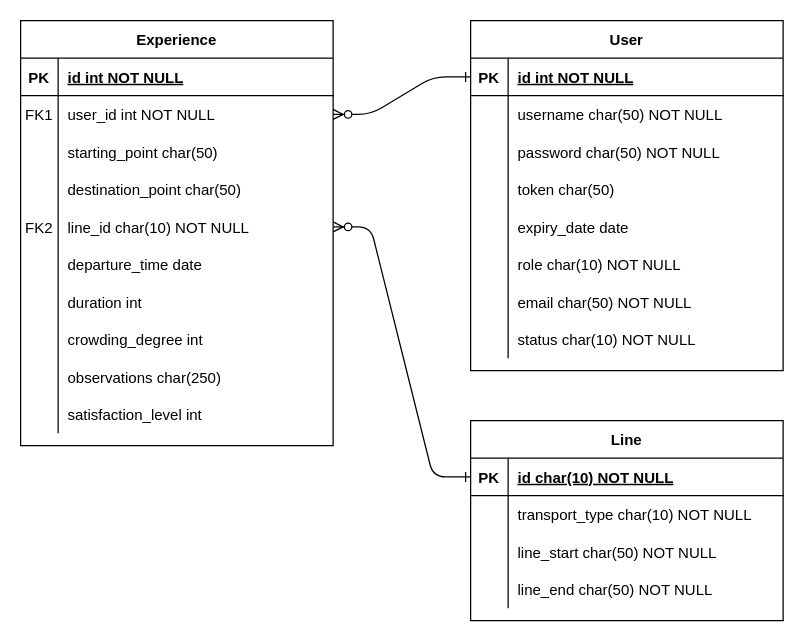
Before: docs/tw-transport-feedback-erd.drawio in deeaandreea/tw-transport-feedback, a draw.io diagram. Source tidied: cells renumbered, new cells numbered last; positions are measured from the earlier drawing's top-left corner, leaving out a move shared by most shapes. Both pictures are drawn from the tidied source at 125%, with x=0, y=0 at pixel (20, 20).
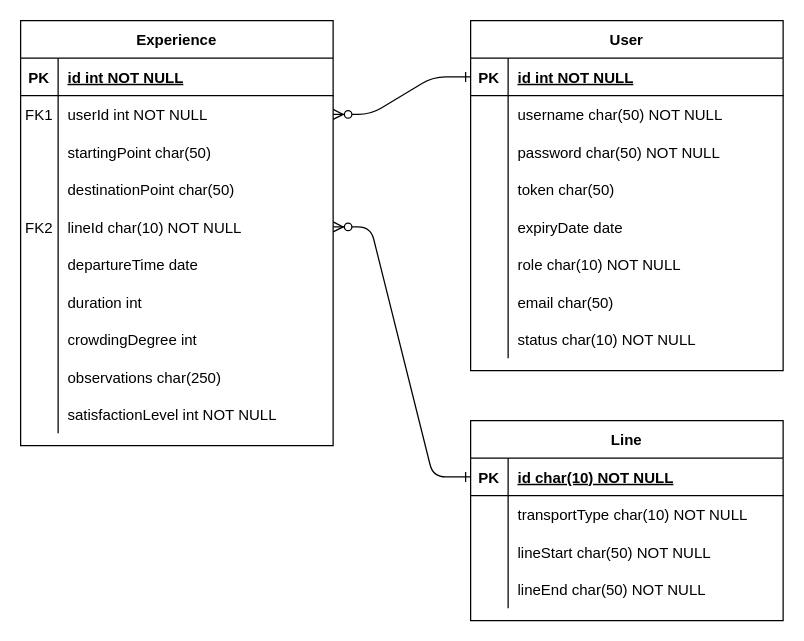
Above is the later version.

Unchanged cells that the change refers to:
```xml
<mxCell id="17" style="shape=partialRectangle;fillColor=none;top=0;left=0;right=0;bottom=0;" parent="4" vertex="1">
  <mxGeometry y="150" width="250" height="30" as="geometry" />
</mxCell>
<mxCell id="23" style="shape=partialRectangle;fillColor=none;top=0;left=0;right=0;bottom=0;" parent="4" vertex="1">
  <mxGeometry y="210" width="250" height="30" as="geometry" />
</mxCell>
<mxCell id="33" style="shape=partialRectangle;fillColor=none;points=[[0,0.5],[1,0.5]];portConstraint=eastwest;top=0;left=0;right=0;bottom=0;" parent="29" vertex="1">
  <mxGeometry y="60" width="250" height="30" as="geometry" />
</mxCell>
<mxCell id="36" style="shape=partialRectangle;fillColor=none;top=0;left=0;right=0;bottom=0;" parent="29" vertex="1">
  <mxGeometry y="90" width="250" height="30" as="geometry" />
</mxCell>
<mxCell id="39" style="shape=partialRectangle;fillColor=none;top=0;left=0;right=0;bottom=0;" parent="29" vertex="1">
  <mxGeometry y="120" width="250" height="30" as="geometry" />
</mxCell>
<mxCell id="42" style="shape=partialRectangle;fillColor=none;points=[[0,0.5],[1,0.5]];portConstraint=eastwest;top=0;left=0;right=0;bottom=0;" parent="29" vertex="1">
  <mxGeometry y="150" width="250" height="30" as="geometry" />
</mxCell>
<mxCell id="45" style="shape=partialRectangle;fillColor=none;top=0;left=0;right=0;bottom=0;" parent="29" vertex="1">
  <mxGeometry y="180" width="250" height="30" as="geometry" />
</mxCell>
<mxCell id="51" style="shape=partialRectangle;fillColor=none;top=0;left=0;right=0;bottom=0;" parent="29" vertex="1">
  <mxGeometry y="240" width="250" height="30" as="geometry" />
</mxCell>
<mxCell id="57" style="shape=partialRectangle;fillColor=none;top=0;left=0;right=0;bottom=0;" parent="29" vertex="1">
  <mxGeometry y="300" width="250" height="30" as="geometry" />
</mxCell>
<mxCell id="64" style="shape=partialRectangle;fillColor=none;top=0;left=0;right=0;bottom=0;" parent="60" vertex="1">
  <mxGeometry y="60" width="250" height="30" as="geometry" />
</mxCell>
<mxCell id="67" style="shape=partialRectangle;fillColor=none;top=0;left=0;right=0;bottom=0;" parent="60" vertex="1">
  <mxGeometry y="90" width="250" height="30" as="geometry" />
</mxCell>
<mxCell id="70" style="shape=partialRectangle;fillColor=none;top=0;left=0;right=0;bottom=0;" parent="60" vertex="1">
  <mxGeometry y="120" width="250" height="30" as="geometry" />
</mxCell>
```

Change to the diagram source:
```diff
@@
-    <mxCell id="19" value="expiry_date date" style="shape=partialRectangle;overflow=hidden;fillColor=none;top=0;left=0;bottom=0;right=0;align=left;spacingLeft=6;" parent="17" vertex="1">
+    <mxCell id="19" value="expiryDate date" style="shape=partialRectangle;overflow=hidden;fillColor=none;top=0;left=0;bottom=0;right=0;align=left;spacingLeft=6;" parent="17" vertex="1">
       <mxGeometry x="30" width="220" height="30" as="geometry" />
     </mxCell>
@@
-    <mxCell id="25" value="email char(50) NOT NULL" style="shape=partialRectangle;overflow=hidden;fillColor=none;top=0;left=0;bottom=0;right=0;align=left;spacingLeft=6;" parent="23" vertex="1">
+    <mxCell id="25" value="email char(50)" style="shape=partialRectangle;overflow=hidden;fillColor=none;top=0;left=0;bottom=0;right=0;align=left;spacingLeft=6;" parent="23" vertex="1">
       <mxGeometry x="30" width="220" height="30" as="geometry" />
     </mxCell>
@@
-    <mxCell id="35" value="user_id int NOT NULL" style="shape=partialRectangle;overflow=hidden;fillColor=none;top=0;left=0;bottom=0;right=0;align=left;spacingLeft=6;" parent="33" vertex="1">
+    <mxCell id="35" value="userId int NOT NULL" style="shape=partialRectangle;overflow=hidden;fillColor=none;top=0;left=0;bottom=0;right=0;align=left;spacingLeft=6;" parent="33" vertex="1">
       <mxGeometry x="30" width="220" height="30" as="geometry" />
     </mxCell>
@@
-    <mxCell id="38" value="starting_point char(50)" style="shape=partialRectangle;overflow=hidden;fillColor=none;top=0;left=0;bottom=0;right=0;align=left;spacingLeft=6;" parent="36" vertex="1">
+    <mxCell id="38" value="startingPoint char(50)" style="shape=partialRectangle;overflow=hidden;fillColor=none;top=0;left=0;bottom=0;right=0;align=left;spacingLeft=6;" parent="36" vertex="1">
       <mxGeometry x="30" width="220" height="30" as="geometry" />
     </mxCell>
@@
-    <mxCell id="41" value="destination_point char(50)" style="shape=partialRectangle;overflow=hidden;fillColor=none;top=0;left=0;bottom=0;right=0;align=left;spacingLeft=6;" parent="39" vertex="1">
+    <mxCell id="41" value="destinationPoint char(50)" style="shape=partialRectangle;overflow=hidden;fillColor=none;top=0;left=0;bottom=0;right=0;align=left;spacingLeft=6;" parent="39" vertex="1">
       <mxGeometry x="30" width="220" height="30" as="geometry" />
     </mxCell>
@@
-    <mxCell id="44" value="line_id char(10) NOT NULL" style="shape=partialRectangle;overflow=hidden;fillColor=none;top=0;left=0;bottom=0;right=0;align=left;spacingLeft=6;" parent="42" vertex="1">
+    <mxCell id="44" value="lineId char(10) NOT NULL" style="shape=partialRectangle;overflow=hidden;fillColor=none;top=0;left=0;bottom=0;right=0;align=left;spacingLeft=6;" parent="42" vertex="1">
       <mxGeometry x="30" width="220" height="30" as="geometry" />
     </mxCell>
@@
-    <mxCell id="47" value="departure_time date" style="shape=partialRectangle;overflow=hidden;fillColor=none;top=0;left=0;bottom=0;right=0;align=left;spacingLeft=6;" parent="45" vertex="1">
+    <mxCell id="47" value="departureTime date" style="shape=partialRectangle;overflow=hidden;fillColor=none;top=0;left=0;bottom=0;right=0;align=left;spacingLeft=6;" parent="45" vertex="1">
       <mxGeometry x="30" width="220" height="30" as="geometry" />
     </mxCell>
@@
-    <mxCell id="53" value="crowding_degree int" style="shape=partialRectangle;overflow=hidden;fillColor=none;top=0;left=0;bottom=0;right=0;align=left;spacingLeft=6;" parent="51" vertex="1">
+    <mxCell id="53" value="crowdingDegree int" style="shape=partialRectangle;overflow=hidden;fillColor=none;top=0;left=0;bottom=0;right=0;align=left;spacingLeft=6;" parent="51" vertex="1">
       <mxGeometry x="30" width="220" height="30" as="geometry" />
     </mxCell>
@@
-    <mxCell id="59" value="satisfaction_level int" style="shape=partialRectangle;overflow=hidden;fillColor=none;top=0;left=0;bottom=0;right=0;align=left;spacingLeft=6;" parent="57" vertex="1">
+    <mxCell id="59" value="satisfactionLevel int NOT NULL" style="shape=partialRectangle;overflow=hidden;fillColor=none;top=0;left=0;bottom=0;right=0;align=left;spacingLeft=6;" parent="57" vertex="1">
       <mxGeometry x="30" width="220" height="30" as="geometry" />
     </mxCell>
@@
-    <mxCell id="66" value="transport_type char(10) NOT NULL" style="shape=partialRectangle;overflow=hidden;fillColor=none;top=0;left=0;bottom=0;right=0;align=left;spacingLeft=6;" parent="64" vertex="1">
+    <mxCell id="66" value="transportType char(10) NOT NULL" style="shape=partialRectangle;overflow=hidden;fillColor=none;top=0;left=0;bottom=0;right=0;align=left;spacingLeft=6;" parent="64" vertex="1">
       <mxGeometry x="30" width="220" height="30" as="geometry" />
     </mxCell>
@@
-    <mxCell id="69" value="line_start char(50) NOT NULL" style="shape=partialRectangle;overflow=hidden;fillColor=none;top=0;left=0;bottom=0;right=0;align=left;spacingLeft=6;" parent="67" vertex="1">
+    <mxCell id="69" value="lineStart char(50) NOT NULL" style="shape=partialRectangle;overflow=hidden;fillColor=none;top=0;left=0;bottom=0;right=0;align=left;spacingLeft=6;" parent="67" vertex="1">
       <mxGeometry x="30" width="220" height="30" as="geometry" />
     </mxCell>
@@
-    <mxCell id="72" value="line_end char(50) NOT NULL" style="shape=partialRectangle;overflow=hidden;fillColor=none;top=0;left=0;bottom=0;right=0;align=left;spacingLeft=6;" parent="70" vertex="1">
+    <mxCell id="72" value="lineEnd char(50) NOT NULL" style="shape=partialRectangle;overflow=hidden;fillColor=none;top=0;left=0;bottom=0;right=0;align=left;spacingLeft=6;" parent="70" vertex="1">
       <mxGeometry x="30" width="220" height="30" as="geometry" />
     </mxCell>
```
